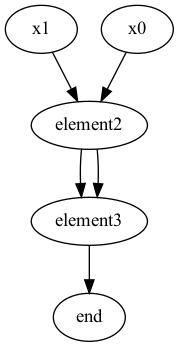
Above: HM2/scheme.dot.png in PeterLarochkin/discrete_structures (Graphviz), before the change. Its source is kept beside it as HM2/scheme.dot.
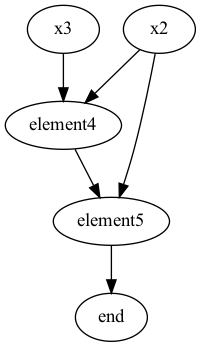
Above is the later version.

Diff of the diagram source:
```diff
@@ -1,9 +1,9 @@
 digraph G {
 
- "element2" -> "element3";
- "x1" -> "element2";
- "x0" -> "element2";
- "element2" -> "element3";
- "element3" -> "end";
+ "element4" -> "element5";
+ "element5" -> "end";
+ "x3" -> "element4";
+ "x2" -> "element4";
+ "x2" -> "element5";
 
 }
```
